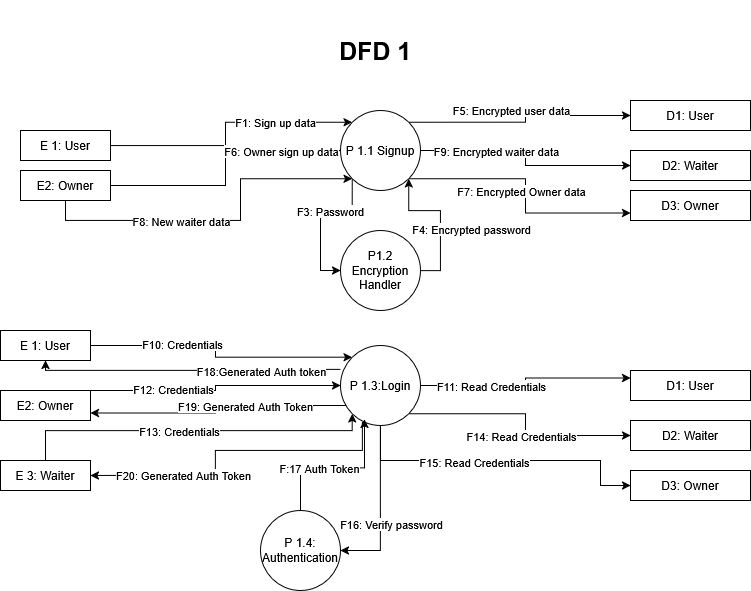
Above: Diagrams/DFD/DFD1.drawio.png in EyasSh/Resturant (draw.io), before the change. Source tidied: cells renumbered, new cells last; positions are measured from the earlier drawing's top-left corner, leaving out a move shared by most shapes.
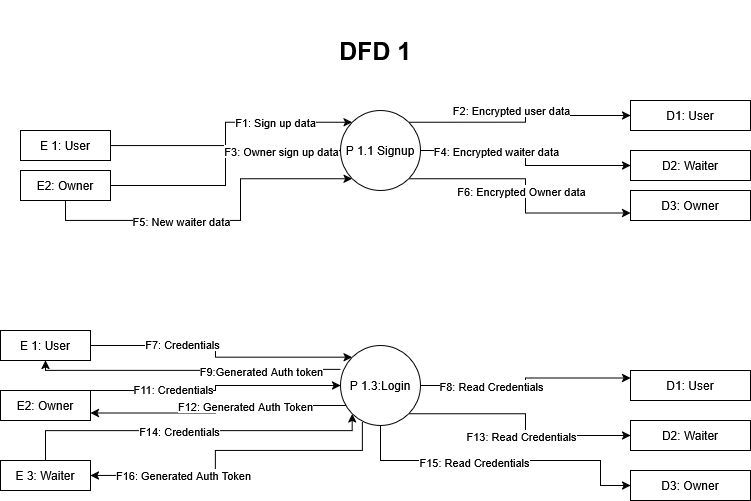
After the commit.

What changed in the source:
```diff
@@ -17,16 +17,10 @@
     <mxCell id="6" value="D1: User" style="rounded=0;whiteSpace=wrap;html=1;" parent="1" vertex="1">
       <mxGeometry x="630" y="100" width="120" height="30" as="geometry" />
     </mxCell>
-    <mxCell id="7" style="edgeStyle=orthogonalEdgeStyle;rounded=0;jettySize=auto;html=1;entryX=0;entryY=0.5;entryDx=0;entryDy=0;exitX=0;exitY=1;exitDx=0;exitDy=0;" parent="1" edge="1" source="15" target="18">
-      <mxGeometry relative="1" as="geometry" />
-    </mxCell>
-    <mxCell id="8" value="F3: Password" style="edgeLabel;html=1;align=center;verticalAlign=middle;" parent="7" vertex="1">
-      <mxGeometry x="-0.25" relative="1" as="geometry" />
-    </mxCell>
     <mxCell id="9" style="edgeStyle=orthogonalEdgeStyle;rounded=0;jettySize=auto;html=1;entryX=0;entryY=0.5;entryDx=0;entryDy=0;exitX=1;exitY=0;exitDx=0;exitDy=0;" parent="1" edge="1" source="15" target="6">
       <mxGeometry relative="1" as="geometry" />
     </mxCell>
-    <mxCell id="10" value="F5: Encrypted user data" style="edgeLabel;html=1;align=center;verticalAlign=middle;" parent="9" vertex="1">
+    <mxCell id="10" value="F2: Encrypted user data" style="edgeLabel;html=1;align=center;verticalAlign=middle;" parent="9" vertex="1">
       <mxGeometry x="-0.44" y="2" relative="1" as="geometry">
         <mxPoint x="38" y="-10" as="offset" />
       </mxGeometry>
@@ -34,7 +28,7 @@
     <mxCell id="11" style="edgeStyle=orthogonalEdgeStyle;rounded=0;jettySize=auto;html=1;entryX=0;entryY=0.75;entryDx=0;entryDy=0;exitX=1;exitY=1;exitDx=0;exitDy=0;" parent="1" edge="1" source="15" target="24">
       <mxGeometry relative="1" as="geometry" />
     </mxCell>
-    <mxCell id="12" value="F7: Encrypted Owner data" style="edgeLabel;html=1;align=center;verticalAlign=middle;" parent="11" vertex="1">
+    <mxCell id="12" value="F6: Encrypted Owner data" style="edgeLabel;html=1;align=center;verticalAlign=middle;" parent="11" vertex="1">
       <mxGeometry x="-0.47" y="2" relative="1" as="geometry">
         <mxPoint x="44" y="14" as="offset" />
       </mxGeometry>
@@ -42,23 +36,12 @@
     <mxCell id="13" style="edgeStyle=orthogonalEdgeStyle;rounded=0;jettySize=auto;html=1;entryX=0;entryY=0.5;entryDx=0;entryDy=0;" parent="1" edge="1" source="15" target="23">
       <mxGeometry relative="1" as="geometry" />
     </mxCell>
-    <mxCell id="14" value="F9: Encrypted waiter data" style="edgeLabel;html=1;align=center;verticalAlign=middle;" parent="13" vertex="1">
+    <mxCell id="14" value="F4: Encrypted waiter data" style="edgeLabel;html=1;align=center;verticalAlign=middle;" parent="13" vertex="1">
       <mxGeometry x="-0.33" relative="1" as="geometry" />
     </mxCell>
     <mxCell id="15" value="P 1.1 Signup" style="ellipse;whiteSpace=wrap;html=1;" parent="1" vertex="1">
       <mxGeometry x="340" y="110" width="80" height="80" as="geometry" />
     </mxCell>
-    <mxCell id="16" style="edgeStyle=orthogonalEdgeStyle;rounded=0;jettySize=auto;html=1;entryX=1;entryY=1;entryDx=0;entryDy=0;exitX=1;exitY=0.5;exitDx=0;exitDy=0;" parent="1" edge="1" source="18" target="15">
-      <mxGeometry relative="1" as="geometry" />
-    </mxCell>
-    <mxCell id="17" value="F4: Encrypted password" style="edgeLabel;html=1;align=center;verticalAlign=middle;" parent="16" vertex="1">
-      <mxGeometry x="-0.09" y="-1" relative="1" as="geometry">
-        <mxPoint x="29" y="3" as="offset" />
-      </mxGeometry>
-    </mxCell>
-    <mxCell id="18" value="P1.2 Encryption Handler" style="ellipse;whiteSpace=wrap;html=1;" parent="1" vertex="1">
-      <mxGeometry x="340" y="230" width="80" height="80" as="geometry" />
-    </mxCell>
     <mxCell id="19" style="edgeStyle=orthogonalEdgeStyle;rounded=0;jettySize=auto;html=1;entryX=0;entryY=0.5;entryDx=0;entryDy=0;" parent="1" edge="1" source="22" target="15">
       <mxGeometry relative="1" as="geometry" />
     </mxCell>
@@ -71,7 +54,7 @@
         </Array>
       </mxGeometry>
     </mxCell>
-    <mxCell id="21" value="F8: New waiter data" style="edgeLabel;html=1;align=center;verticalAlign=middle;" parent="20" vertex="1">
+    <mxCell id="21" value="F5: New waiter data" style="edgeLabel;html=1;align=center;verticalAlign=middle;" parent="20" vertex="1">
       <mxGeometry x="0.16" y="-2" relative="1" as="geometry">
         <mxPoint x="-62" y="7" as="offset" />
       </mxGeometry>
@@ -85,7 +68,7 @@
     <mxCell id="24" value="D3: Owner" style="rounded=0;whiteSpace=wrap;html=1;" parent="1" vertex="1">
       <mxGeometry x="630" y="190" width="120" height="30" as="geometry" />
     </mxCell>
-    <mxCell id="25" value="F6: Owner sign up data" style="edgeLabel;html=1;align=center;verticalAlign=middle;" parent="1" vertex="1">
+    <mxCell id="25" value="F3: Owner sign up data" style="edgeLabel;html=1;align=center;verticalAlign=middle;" parent="1" vertex="1">
       <mxGeometry x="280" y="150" as="geometry" />
     </mxCell>
     <mxCell id="26" style="edgeStyle=orthogonalEdgeStyle;rounded=0;jettySize=auto;html=1;entryX=0;entryY=0.5;entryDx=0;entryDy=0;exitX=1;exitY=0;exitDx=0;exitDy=0;" parent="1" edge="1" source="28" target="52">
@@ -96,7 +79,7 @@
         </Array>
       </mxGeometry>
     </mxCell>
-    <mxCell id="27" value="F12: Credentials" style="edgeLabel;html=1;align=center;verticalAlign=middle;" parent="26" vertex="1">
+    <mxCell id="27" value="F11: Credentials" style="edgeLabel;html=1;align=center;verticalAlign=middle;" parent="26" vertex="1">
       <mxGeometry x="-0.36" y="2" relative="1" as="geometry" />
     </mxCell>
     <mxCell id="28" value="E2: Owner" style="rounded=0;whiteSpace=wrap;html=1;" parent="1" vertex="1">
@@ -105,7 +88,7 @@
     <mxCell id="29" style="edgeStyle=orthogonalEdgeStyle;rounded=0;jettySize=auto;html=1;entryX=0;entryY=0;entryDx=0;entryDy=0;" parent="1" edge="1" source="31" target="52">
       <mxGeometry relative="1" as="geometry" />
     </mxCell>
-    <mxCell id="30" value="F10: Credentials" style="edgeLabel;html=1;align=center;verticalAlign=middle;" parent="29" vertex="1">
+    <mxCell id="30" value="F7: Credentials" style="edgeLabel;html=1;align=center;verticalAlign=middle;" parent="29" vertex="1">
       <mxGeometry x="-0.33" y="2" relative="1" as="geometry" />
     </mxCell>
     <mxCell id="31" value="E 1: User" style="rounded=0;whiteSpace=wrap;html=1;" parent="1" vertex="1">
@@ -119,7 +102,7 @@
         </Array>
       </mxGeometry>
     </mxCell>
-    <mxCell id="33" value="F13: Credentials" style="edgeLabel;html=1;align=center;verticalAlign=middle;" parent="32" vertex="1">
+    <mxCell id="33" value="F14: Credentials" style="edgeLabel;html=1;align=center;verticalAlign=middle;" parent="32" vertex="1">
       <mxGeometry x="-0.08" relative="1" as="geometry" />
     </mxCell>
     <mxCell id="34" value="E 3: Waiter" style="rounded=0;whiteSpace=wrap;html=1;" parent="1" vertex="1">
@@ -137,7 +120,7 @@
     <mxCell id="38" style="edgeStyle=orthogonalEdgeStyle;rounded=0;jettySize=auto;html=1;entryX=0;entryY=0.25;entryDx=0;entryDy=0;exitX=1;exitY=0.5;exitDx=0;exitDy=0;" parent="1" edge="1" source="52" target="37">
       <mxGeometry relative="1" as="geometry" />
     </mxCell>
-    <mxCell id="39" value="F11: Read Credentials" style="edgeLabel;html=1;align=center;verticalAlign=middle;" parent="38" vertex="1">
+    <mxCell id="39" value="F8: Read Credentials" style="edgeLabel;html=1;align=center;verticalAlign=middle;" parent="38" vertex="1">
       <mxGeometry x="-0.56" y="2" relative="1" as="geometry">
         <mxPoint x="22" y="2" as="offset" />
       </mxGeometry>
@@ -150,7 +133,7 @@
         </Array>
       </mxGeometry>
     </mxCell>
-    <mxCell id="41" value="F14: Read Credentials" style="edgeLabel;html=1;align=center;verticalAlign=middle;" parent="40" vertex="1">
+    <mxCell id="41" value="F13: Read Credentials" style="edgeLabel;html=1;align=center;verticalAlign=middle;" parent="40" vertex="1">
       <mxGeometry x="-0.19" y="-2" relative="1" as="geometry">
         <mxPoint x="14" y="20" as="offset" />
       </mxGeometry>
@@ -167,14 +150,6 @@
     <mxCell id="43" value="F15: Read Credentials" style="edgeLabel;html=1;align=center;verticalAlign=middle;" parent="42" vertex="1">
       <mxGeometry x="-0.17" y="-1" relative="1" as="geometry" />
     </mxCell>
-    <mxCell id="44" style="edgeStyle=orthogonalEdgeStyle;rounded=0;jettySize=auto;html=1;entryX=1;entryY=0.5;entryDx=0;entryDy=0;" parent="1" edge="1" source="52" target="53">
-      <mxGeometry relative="1" as="geometry" />
-    </mxCell>
-    <mxCell id="45" value="F16: Verify password" style="edgeLabel;html=1;align=center;verticalAlign=middle;" parent="44" vertex="1">
-      <mxGeometry x="-0.04" y="1" relative="1" as="geometry">
-        <mxPoint x="9" y="18" as="offset" />
-      </mxGeometry>
-    </mxCell>
     <mxCell id="46" style="edgeStyle=orthogonalEdgeStyle;rounded=0;jettySize=auto;html=1;entryX=0.5;entryY=1;entryDx=0;entryDy=0;exitX=0;exitY=0.3;exitDx=0;exitDy=0;exitPerimeter=0;" parent="1" edge="1" source="52" target="31">
       <mxGeometry relative="1" as="geometry">
         <Array as="points">
@@ -184,7 +159,7 @@
         </Array>
       </mxGeometry>
     </mxCell>
-    <mxCell id="47" value="F18:Generated Auth token" style="edgeLabel;html=1;align=center;verticalAlign=middle;" parent="46" vertex="1">
+    <mxCell id="47" value="F9:Generated Auth token" style="edgeLabel;html=1;align=center;verticalAlign=middle;" parent="46" vertex="1">
       <mxGeometry x="0.37" y="3" relative="1" as="geometry">
         <mxPoint x="128" y="-3" as="offset" />
       </mxGeometry>
@@ -197,7 +172,7 @@
         </Array>
       </mxGeometry>
     </mxCell>
-    <mxCell id="49" value="F19: Generated Auth Token" style="edgeLabel;html=1;align=center;verticalAlign=middle;" parent="48" vertex="1">
+    <mxCell id="49" value="F12: Generated Auth Token" style="edgeLabel;html=1;align=center;verticalAlign=middle;" parent="48" vertex="1">
       <mxGeometry x="-0.23" relative="1" as="geometry" />
     </mxCell>
     <mxCell id="50" style="edgeStyle=orthogonalEdgeStyle;rounded=0;jettySize=auto;html=1;entryX=1;entryY=0.5;entryDx=0;entryDy=0;exitX=0.275;exitY=0.963;exitDx=0;exitDy=0;exitPerimeter=0;" parent="1" edge="1" source="52" target="34">
@@ -209,22 +184,11 @@
         </Array>
       </mxGeometry>
     </mxCell>
-    <mxCell id="51" value="F20: Generated Auth Token" style="edgeLabel;html=1;align=center;verticalAlign=middle;" parent="50" vertex="1">
+    <mxCell id="51" value="F16: Generated Auth Token" style="edgeLabel;html=1;align=center;verticalAlign=middle;" parent="50" vertex="1">
       <mxGeometry x="0.43" y="-1" relative="1" as="geometry" />
     </mxCell>
     <mxCell id="52" value="P 1.3:Login" style="ellipse;whiteSpace=wrap;html=1;" parent="1" vertex="1">
       <mxGeometry x="340" y="345" width="80" height="80" as="geometry" />
     </mxCell>
-    <mxCell id="53" value="P 1.4: Authentication" style="ellipse;whiteSpace=wrap;html=1;" parent="1" vertex="1">
-      <mxGeometry x="260" y="510" width="80" height="80" as="geometry" />
-    </mxCell>
-    <mxCell id="54" style="edgeStyle=orthogonalEdgeStyle;rounded=0;jettySize=auto;html=1;entryX=0.3;entryY=0.925;entryDx=0;entryDy=0;entryPerimeter=0;" parent="1" edge="1" source="53" target="52">
-      <mxGeometry relative="1" as="geometry" />
-    </mxCell>
-    <mxCell id="55" value="F:17 Auth Token" style="edgeLabel;html=1;align=center;verticalAlign=middle;" parent="54" vertex="1">
-      <mxGeometry x="-0.22" y="1" relative="1" as="geometry">
-        <mxPoint x="1" y="1" as="offset" />
-      </mxGeometry>
-    </mxCell>
   </root>
 </mxGraphModel>
```
